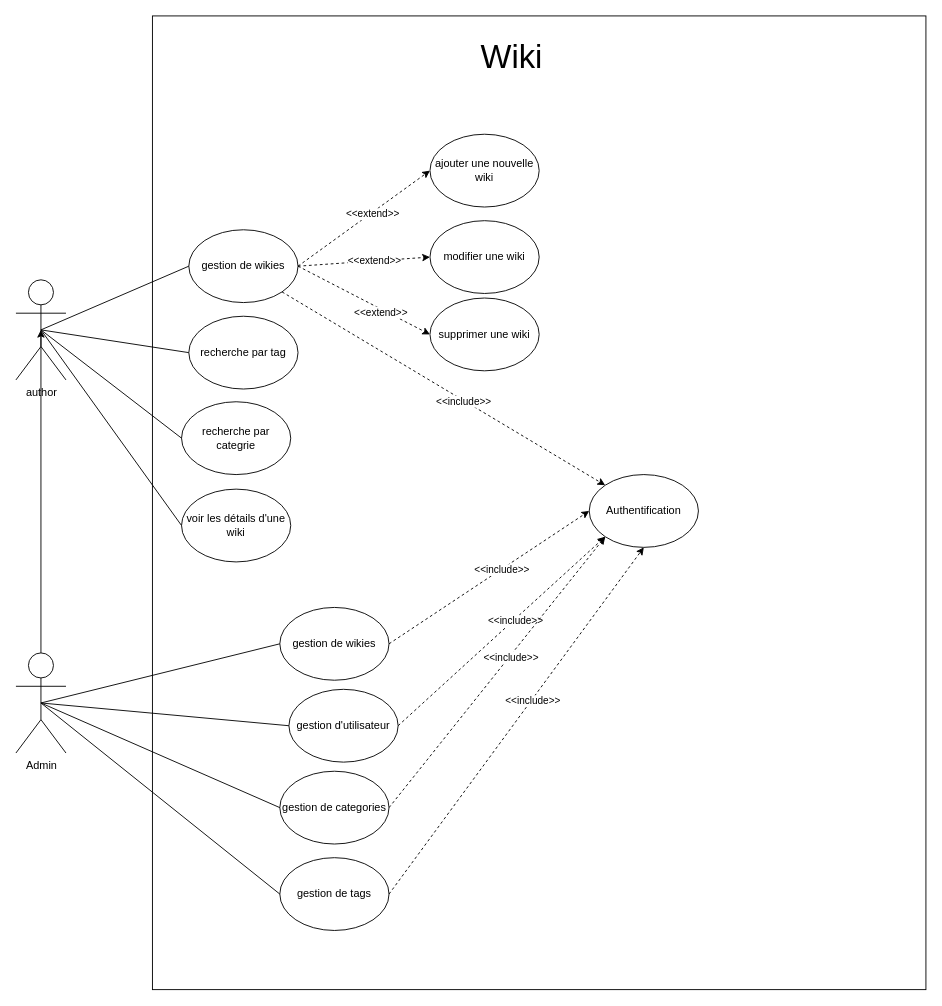
Earlier version of the draw.io diagram conception UML/wiki-use-case.drawio (Sanalouafi/wiki). Source tidied: cells renumbered, new cells numbered last; positions are measured from the earlier drawing's top-left corner, leaving out a move shared by most shapes. Both pictures are drawn from the tidied source at 91%, with x=0, y=0 at pixel (15, 15).
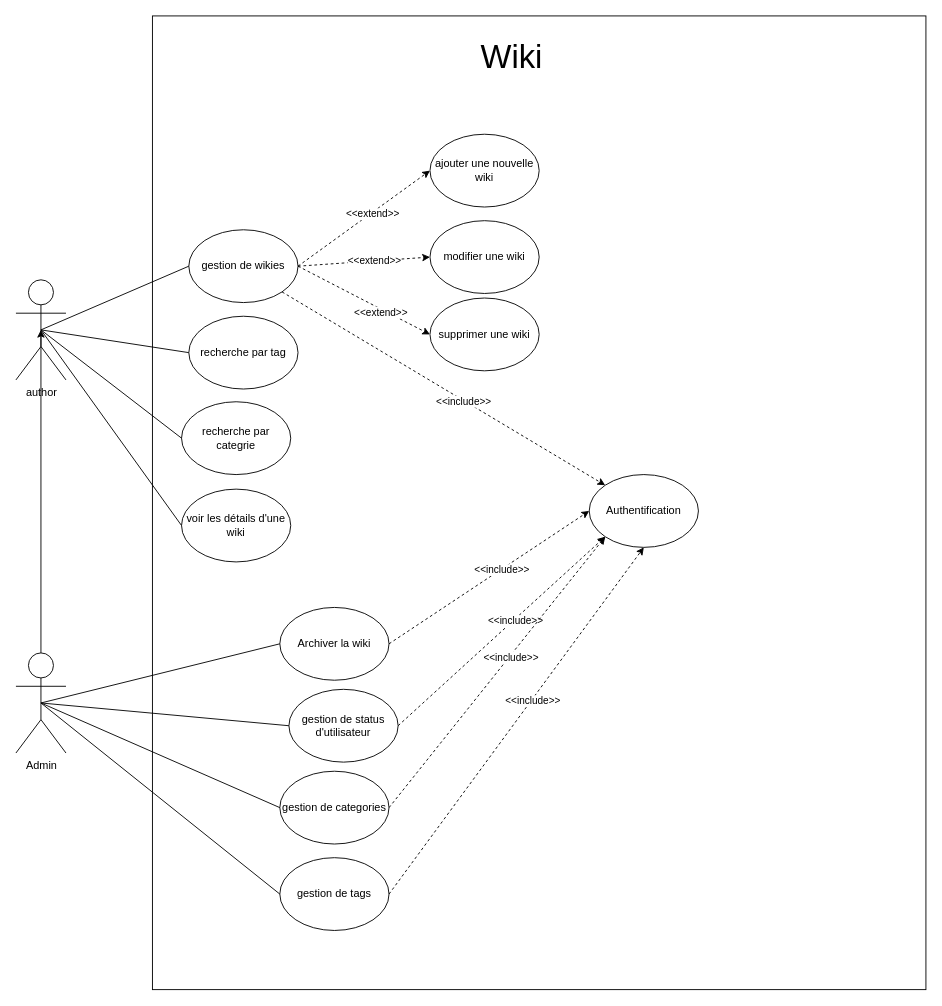
After the change.

Commit message (it also covers changes not shown here):
edit use case diagram

Change to the diagram source:
```diff
@@
-    <mxCell id="25" value="gestion de wikies" style="ellipse;whiteSpace=wrap;html=1;" parent="1" vertex="1">
+    <mxCell id="25" value="Archiver la wiki" style="ellipse;whiteSpace=wrap;html=1;" parent="1" vertex="1">
       <mxGeometry x="290" y="650" width="120" height="80" as="geometry" />
     </mxCell>
@@
-    <mxCell id="27" value="gestion d'utilisateur" style="ellipse;whiteSpace=wrap;html=1;" parent="1" vertex="1">
+    <mxCell id="27" value="gestion de status d'utilisateur" style="ellipse;whiteSpace=wrap;html=1;" parent="1" vertex="1">
       <mxGeometry x="300" y="740" width="120" height="80" as="geometry" />
     </mxCell>
```
